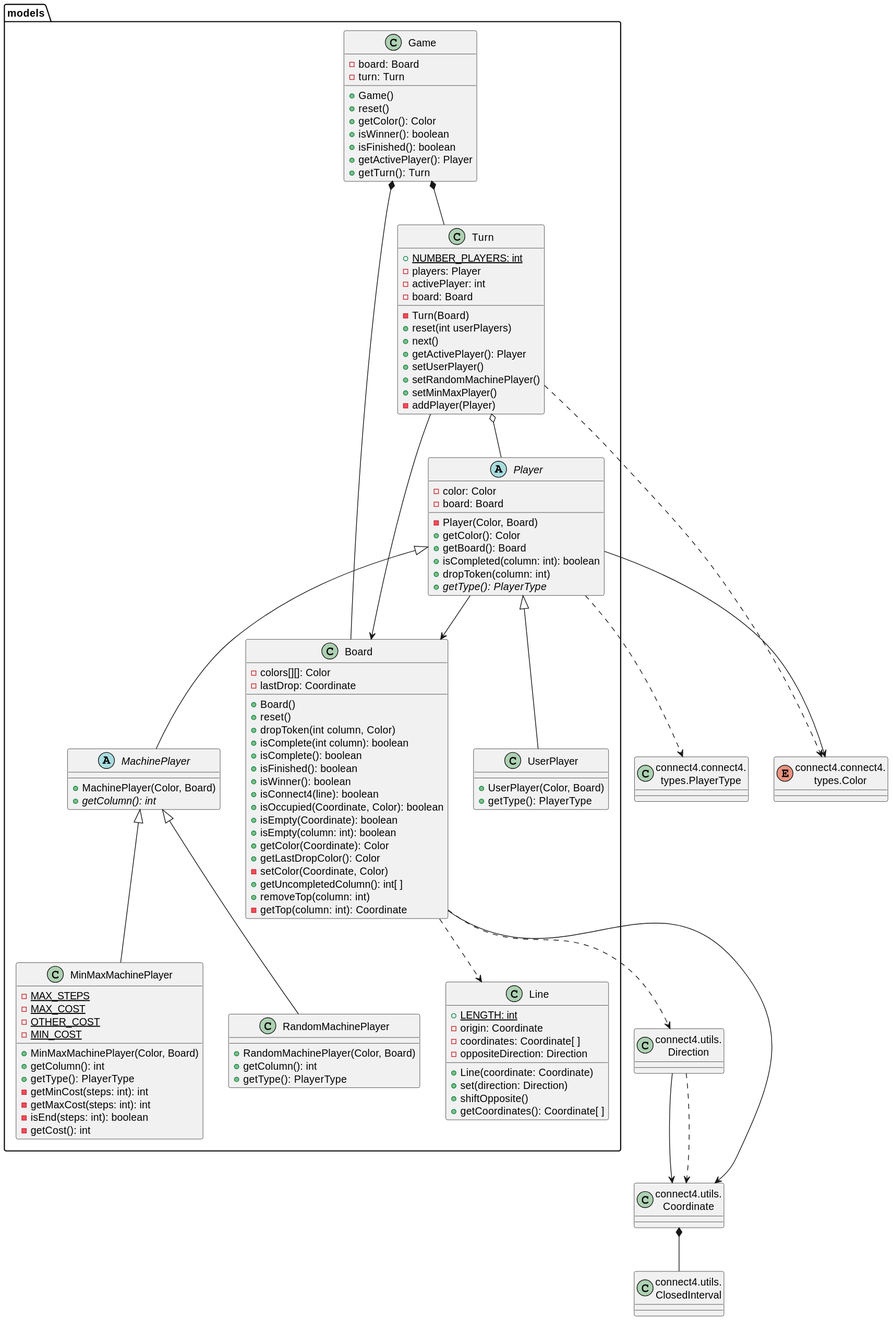
js-rom/connect4 keeps this PlantUML diagram as out/connect4/Docs/diagrams/src/packages/connect4.connect4.models/connect4.connect4.models.svg. Above is the earlier version. The source it was exported from:
```plantuml
@startuml
class models.Game
class models.Board
class models.Turn
class models.Line
abstract class models.Player
class models.UserPlayer
abstract class models.MachinePlayer
class models.RandomMachinePlayer
class models.MinMaxMachinePlayer

Game *-- Board
Game *-- Turn
Turn --> Board
Turn o-- Player
Player --> Board
Player <|-- UserPlayer
Player <|-- MachinePlayer
MachinePlayer <|-- RandomMachinePlayer
MachinePlayer <|-- MinMaxMachinePlayer
Board ..> Line

enum Color as "connect4.connect4.\ntypes.Color"
class Direction as "connect4.utils.\nDirection"
class Coordinate as "connect4.utils.\nCoordinate"
class Coordinate as "connect4.utils.\nCoordinate"
class ClosedInterval as "connect4.utils.\nClosedInterval"
class PlayerType as "connect4.connect4.\ntypes.PlayerType"

Player ..> PlayerType
Turn ..> Color
Player --> Color
Board --> Coordinate
Board ..> Direction
Direction --> Coordinate
Direction ..> Coordinate
Coordinate *-- ClosedInterval

Game : -board: Board
Game : -turn: Turn
Game : +Game()
Game : +reset()
Game : +getColor(): Color
Game : +isWinner(): boolean
Game : +isFinished(): boolean
Game : +getActivePlayer(): Player
Game : +getTurn(): Turn

Turn : {static} +NUMBER_PLAYERS: int
Turn : -players: Player
Turn : -activePlayer: int
Turn : -board: Board
Turn : -Turn(Board)
Turn : +reset(int userPlayers)
Turn : +next()
Turn : +getActivePlayer(): Player
Turn : +setUserPlayer()
Turn : +setRandomMachinePlayer()
Turn : +setMinMaxPlayer()
Turn : -addPlayer(Player)

Player : -color: Color
Player : -board: Board
Player : -Player(Color, Board)
Player : +getColor(): Color
Player : +getBoard(): Board
Player : +isCompleted(column: int): boolean
Player : +dropToken(column: int)
Player : +{abstract}getType(): PlayerType

UserPlayer : +UserPlayer(Color, Board)
UserPlayer : +getType(): PlayerType

MachinePlayer : +MachinePlayer(Color, Board)
MachinePlayer : +{abstract}getColumn(): int

RandomMachinePlayer : +RandomMachinePlayer(Color, Board)
RandomMachinePlayer : +getColumn(): int
RandomMachinePlayer : +getType(): PlayerType

MinMaxMachinePlayer : {static} -MAX_STEPS
MinMaxMachinePlayer : {static} -MAX_COST
MinMaxMachinePlayer : {static} -OTHER_COST
MinMaxMachinePlayer : {static} -MIN_COST
MinMaxMachinePlayer : +MinMaxMachinePlayer(Color, Board)
MinMaxMachinePlayer : +getColumn(): int
MinMaxMachinePlayer : +getType(): PlayerType
MinMaxMachinePlayer : -getMinCost(steps: int): int
MinMaxMachinePlayer : -getMaxCost(steps: int): int
MinMaxMachinePlayer : -isEnd(steps: int): boolean
MinMaxMachinePlayer : -getCost(): int

Board : -colors[][]: Color
Board : -lastDrop: Coordinate
Board : +Board()
Board : +reset()
Board : +dropToken(int column, Color)
Board : +isComplete(int column): boolean
Board : +isComplete(): boolean
Board : +isFinished(): boolean
Board : +isWinner(): boolean
Board : +isConnect4(line): boolean
Board : +isOccupied(Coordinate, Color): boolean
Board : +isEmpty(Coordinate): boolean
Board : +isEmpty(column: int): boolean
Board : +getColor(Coordinate): Color
Board : +getLastDropColor(): Color
Board : -setColor(Coordinate, Color)
Board : +getUncompletedColumn(): int[ ]
Board : +removeTop(column: int)
Board : -getTop(column: int): Coordinate


Line : {static} +LENGTH: int
Line : -origin: Coordinate
Line : -coordinates: Coordinate[ ]
Line : -oppositeDirection: Direction
Line : +Line(coordinate: Coordinate)
Line : +set(direction: Direction)
Line : +shiftOpposite()
Line : +getCoordinates(): Coordinate[ ]
@enduml
```
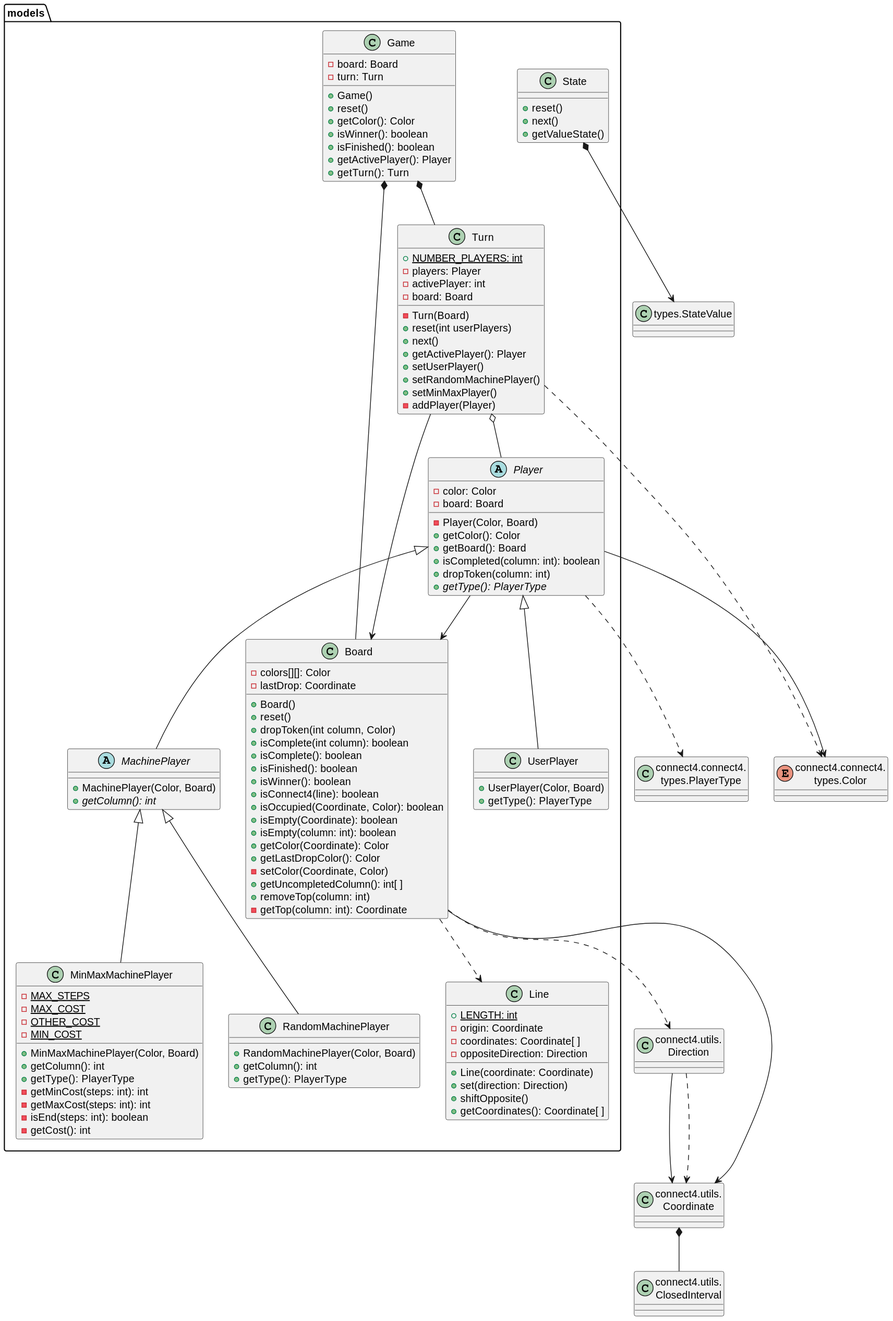
Later version of the same file.

What changed in the source:
```diff
@@ -8,6 +8,8 @@
 abstract class models.MachinePlayer
 class models.RandomMachinePlayer
 class models.MinMaxMachinePlayer
+class models.State
+class StateValue as "types.StateValue"
 
 Game *-- Board
 Game *-- Turn
@@ -19,6 +21,7 @@
 MachinePlayer <|-- RandomMachinePlayer
 MachinePlayer <|-- MinMaxMachinePlayer
 Board ..> Line
+State *--> StateValue
 
 enum Color as "connect4.connect4.\ntypes.Color"
 class Direction as "connect4.utils.\nDirection"
@@ -119,4 +122,8 @@
 Line : +set(direction: Direction)
 Line : +shiftOpposite()
 Line : +getCoordinates(): Coordinate[ ]
+
+State : +reset()
+State : +next()
+State : +getValueState()
 @enduml
```
